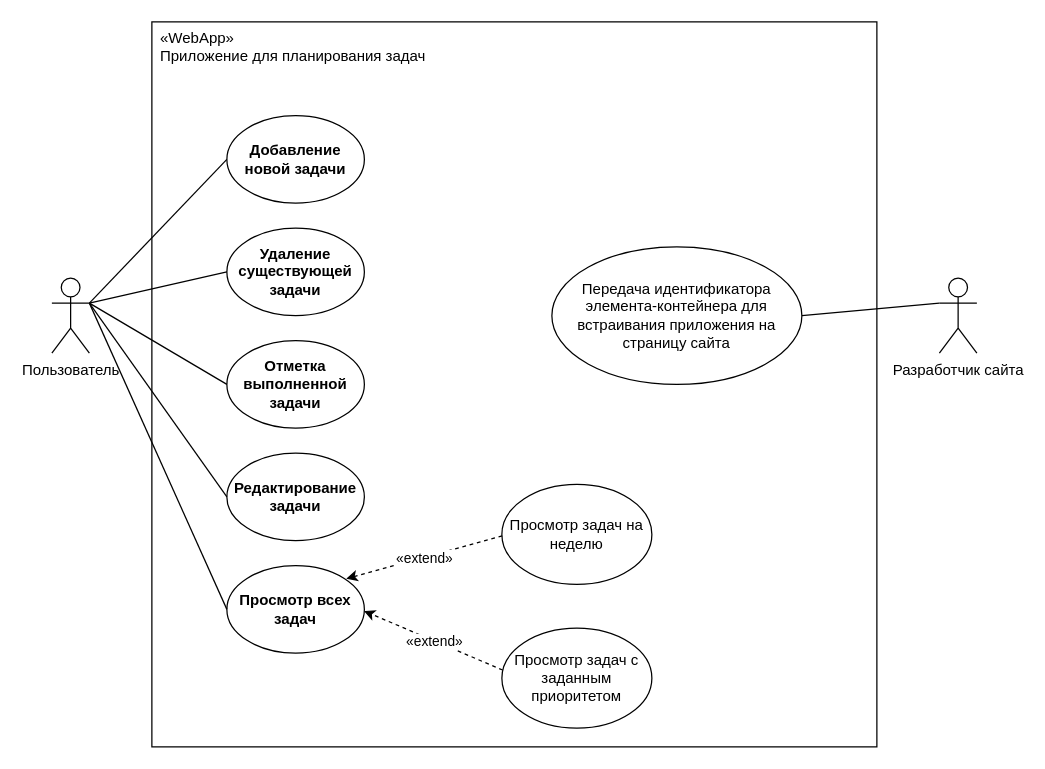
The draw.io diagram ДемковМихаил.drawio in mkdemkov/JS_hw1, before the edit. Source tidied: cells renumbered, new cells numbered last; positions are measured from the earlier drawing's top-left corner, leaving out a move shared by most shapes. Both pictures are drawn from the tidied source at 125%, with x=0, y=0 at pixel (51, 21).
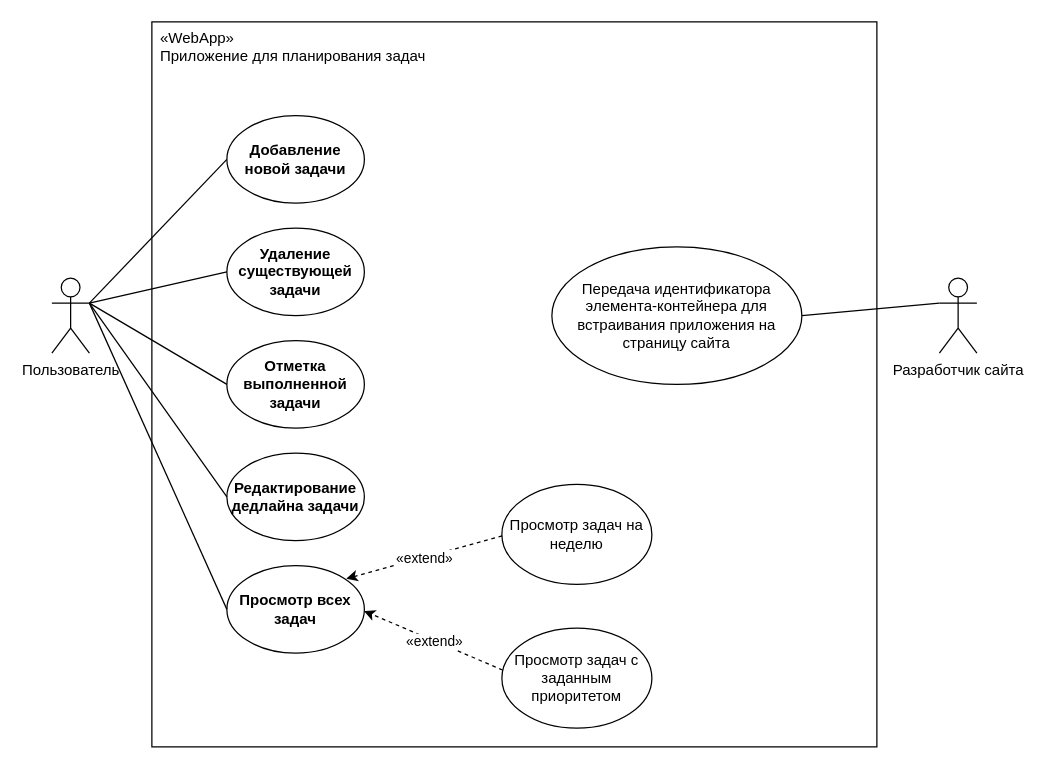
The same page after the edit.

Diff of the diagram source:
```diff
@@
-    <mxCell id="7" value="&lt;b&gt;Редактирование задачи&lt;/b&gt;" style="ellipse;whiteSpace=wrap;html=1;" parent="1" vertex="1">
+    <mxCell id="7" value="&lt;b&gt;Редактирование дедлайна задачи&lt;/b&gt;" style="ellipse;whiteSpace=wrap;html=1;" parent="1" vertex="1">
       <mxGeometry x="140" y="345" width="110" height="70" as="geometry" />
     </mxCell>
```
